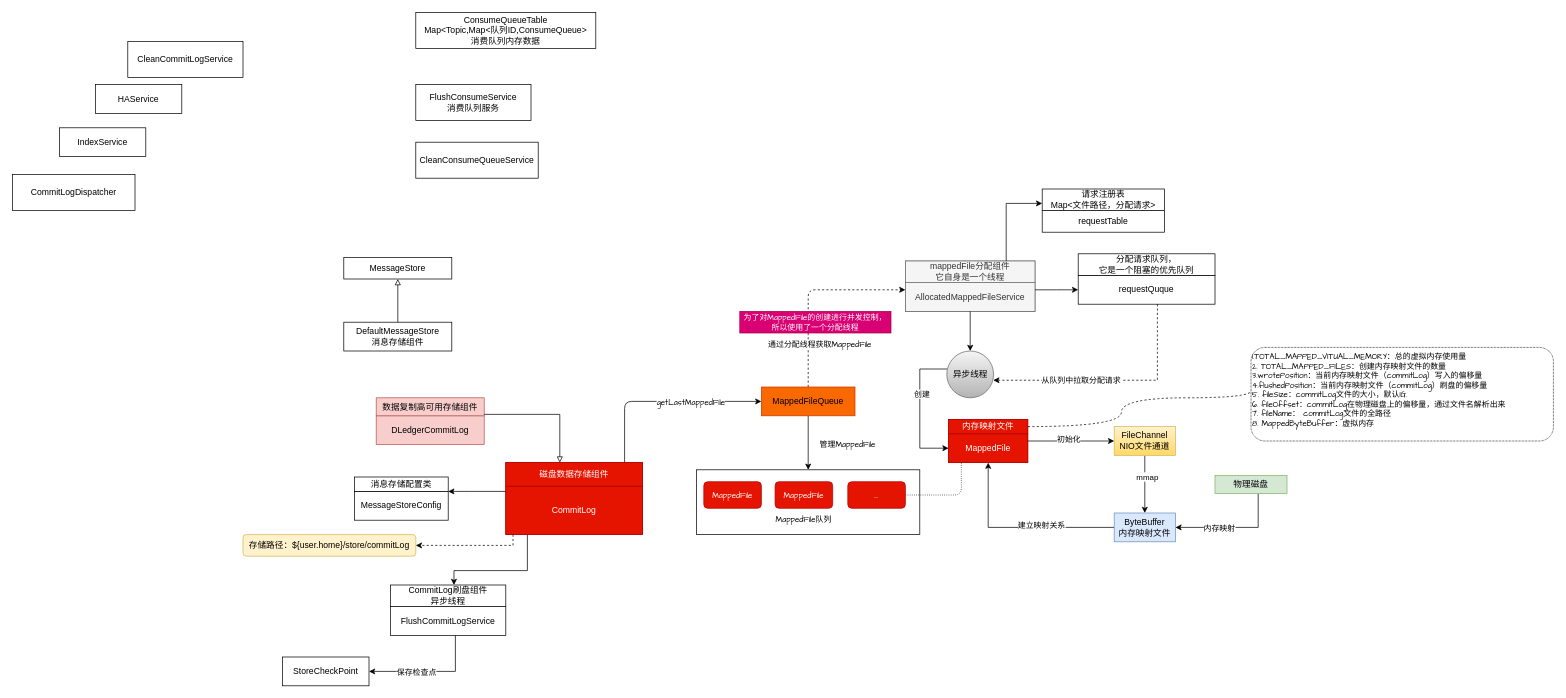
Above: page "存储架构" (6 of 6) of 未命名绘图.drawio in plx927/Java-Core-learning (draw.io), before the change. Source tidied: cells renumbered, new cells numbered last; positions are measured from the earlier drawing's top-left corner, leaving out a move shared by most shapes. Both pictures are drawn from the tidied source at 72%, with x=0, y=0 at pixel (12, 12).
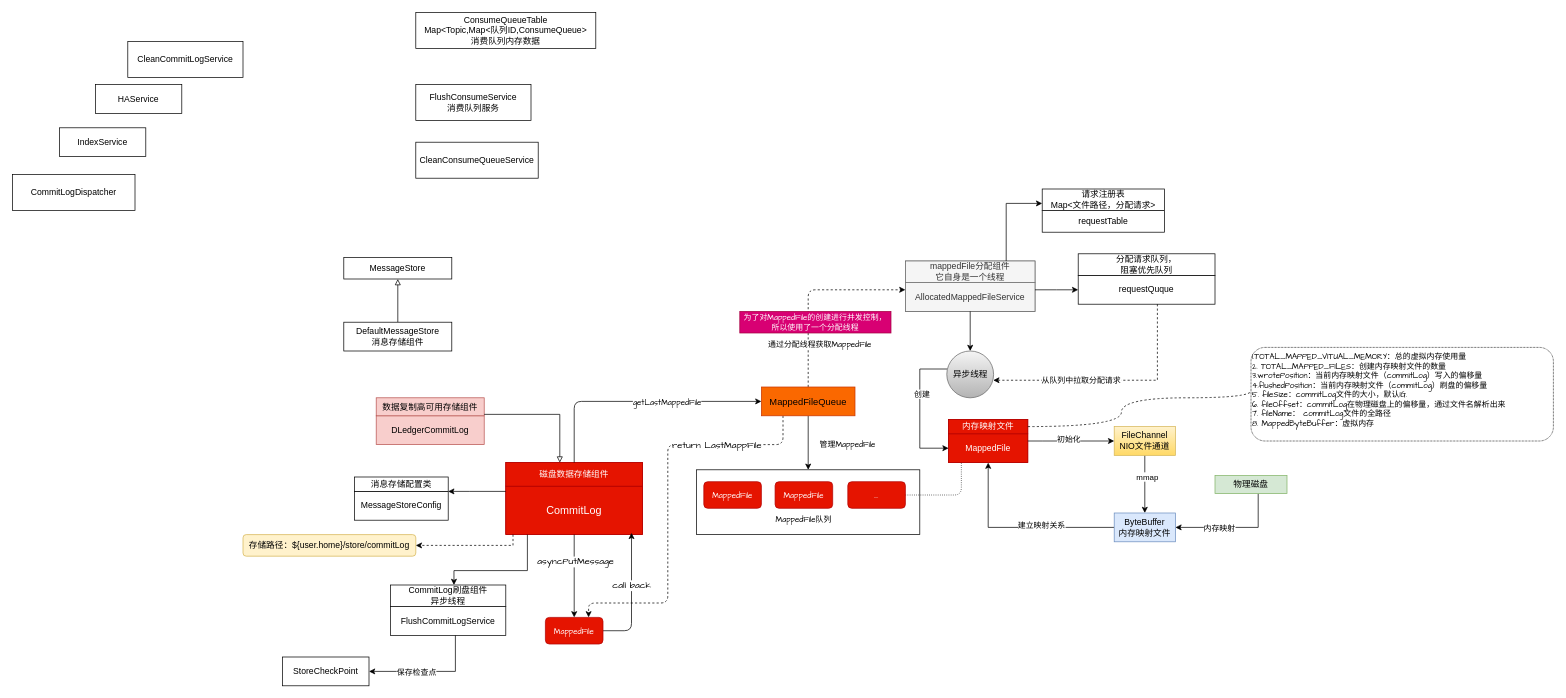
The same page after the edit.

Commit message (it also covers changes not shown here):
更新未命名绘图.drawio

The change refers to these unchanged cells:
```xml
<mxCell id="25" style="group;" parent="1" vertex="1">
  <mxGeometry x="1480" y="335" width="190" height="70" as="geometry" />
</mxCell>
<mxCell id="44" value="磁盘数据存储组件" style="rounded=0;whiteSpace=wrap;html=1;fillColor=#e51400;strokeColor=#B20000;fontColor=#ffffff;" parent="42" vertex="1">
  <mxGeometry width="190" height="32.7" as="geometry" />
</mxCell>
```

Diff of the diagram source:
```diff
@@
-    <mxCell id="27" value="分配请求队列，&lt;br&gt;它是一个阻塞的优先队列" style="rounded=0;whiteSpace=wrap;html=1;" parent="25" vertex="1">
+    <mxCell id="27" value="分配请求队列，&lt;br&gt;阻塞优先队列" style="rounded=0;whiteSpace=wrap;html=1;" parent="25" vertex="1">
       <mxGeometry width="190" height="30" as="geometry" />
     </mxCell>
@@
-    <mxCell id="42" style="group;fillColor=#e51400;strokeColor=#B20000;fontColor=#ffffff;" parent="1" vertex="1">
+    <mxCell id="42" style="group;fillColor=#e51400;strokeColor=#B20000;fontColor=#ffffff;fontFamily=Comic Sans MS;" parent="1" vertex="1">
       <mxGeometry x="685" y="625" width="190" height="100" as="geometry" />
     </mxCell>
-    <mxCell id="43" value="CommitLog&lt;br&gt;" style="rounded=0;whiteSpace=wrap;html=1;fillColor=#e51400;strokeColor=#B20000;fontColor=#ffffff;" parent="42" vertex="1">
+    <mxCell id="43" value="&lt;font style=&quot;font-size: 15px;&quot;&gt;CommitLog&lt;/font&gt;" style="rounded=0;whiteSpace=wrap;html=1;fillColor=#e51400;strokeColor=#B20000;fontColor=#ffffff;" parent="42" vertex="1">
       <mxGeometry y="32.7" width="190" height="67.3" as="geometry" />
     </mxCell>
@@
+    <mxCell id="79" style="edgeStyle=orthogonalEdgeStyle;rounded=1;jettySize=auto;html=1;entryX=0.75;entryY=0;entryDx=0;entryDy=0;fontFamily=Comic Sans MS;fontSize=13;fontColor=#000000;startArrow=none;startFill=0;endArrow=classic;endFill=1;dashed=1;" parent="1" edge="1" source="66" target="83">
+      <mxGeometry relative="1" as="geometry">
+        <Array as="points">
+          <mxPoint x="1070" y="600" />
+          <mxPoint x="910" y="600" />
+          <mxPoint x="910" y="820" />
+          <mxPoint x="800" y="820" />
+        </Array>
+      </mxGeometry>
+    </mxCell>
+    <mxCell id="80" value="return LastMappFile" style="edgeLabel;html=1;align=center;verticalAlign=middle;fontSize=13;fontFamily=Comic Sans MS;fontColor=#000000;" parent="79" vertex="1">
+      <mxGeometry x="-0.54" y="-1" relative="1" as="geometry">
+        <mxPoint x="-7" y="1" as="offset" />
+      </mxGeometry>
+    </mxCell>
-    <mxCell id="66" value="MappedFileQueue" style="rounded=0;whiteSpace=wrap;html=1;fillColor=#fa6800;strokeColor=#C73500;fontColor=#000000;" parent="1" vertex="1">
+    <mxCell id="66" value="MappedFileQueue" style="rounded=0;whiteSpace=wrap;html=1;fillColor=#fa6800;strokeColor=#C73500;fontColor=#000000;fontSize=13;" parent="1" vertex="1">
       <mxGeometry x="1040" y="520" width="130" height="40" as="geometry" />
     </mxCell>
@@
     <mxCell id="77" style="edgeStyle=orthogonalEdgeStyle;rounded=1;jettySize=auto;html=1;entryX=0;entryY=0.5;entryDx=0;entryDy=0;fontFamily=Comic Sans MS;fontSize=11;fontColor=#000000;startArrow=none;startFill=0;endArrow=classic;endFill=1;" parent="1" edge="1" source="44" target="66">
       <mxGeometry relative="1" as="geometry">
         <Array as="points">
-          <mxPoint x="850" y="540" />
+          <mxPoint x="780" y="540" />
         </Array>
       </mxGeometry>
     </mxCell>
@@
+    <mxCell id="81" style="edgeStyle=orthogonalEdgeStyle;rounded=1;jettySize=auto;html=1;entryX=0.919;entryY=0.964;entryDx=0;entryDy=0;entryPerimeter=0;fontFamily=Comic Sans MS;fontSize=13;fontColor=#000000;startArrow=none;startFill=0;endArrow=classic;endFill=1;" parent="1" edge="1" source="83" target="43">
+      <mxGeometry relative="1" as="geometry">
+        <Array as="points">
+          <mxPoint x="860" y="858" />
+        </Array>
+      </mxGeometry>
+    </mxCell>
+    <mxCell id="82" value="call back" style="edgeLabel;html=1;align=center;verticalAlign=middle;fontSize=13;fontFamily=Comic Sans MS;fontColor=#000000;" parent="81" vertex="1">
+      <mxGeometry x="0.44" y="-3" relative="1" as="geometry">
+        <mxPoint x="-3" y="23" as="offset" />
+      </mxGeometry>
+    </mxCell>
+    <mxCell id="83" value="MappedFile" style="rounded=1;whiteSpace=wrap;html=1;fontFamily=Comic Sans MS;fontSize=11;fontColor=#ffffff;fillColor=#e51400;strokeColor=#B20000;" parent="1" vertex="1">
+      <mxGeometry x="740" y="840" width="80" height="37" as="geometry" />
+    </mxCell>
+    <mxCell id="84" style="edgeStyle=orthogonalEdgeStyle;rounded=1;jettySize=auto;html=1;entryX=0.5;entryY=0;entryDx=0;entryDy=0;fontFamily=Comic Sans MS;fontSize=13;fontColor=#000000;startArrow=none;startFill=0;endArrow=classic;endFill=1;" parent="1" edge="1" source="43" target="83">
+      <mxGeometry relative="1" as="geometry" />
+    </mxCell>
+    <mxCell id="85" value="asyncPutMessage" style="edgeLabel;html=1;align=center;verticalAlign=middle;fontSize=13;fontFamily=Comic Sans MS;fontColor=#000000;" parent="84" vertex="1">
+      <mxGeometry x="-0.35" y="1" relative="1" as="geometry" />
+    </mxCell>
```
